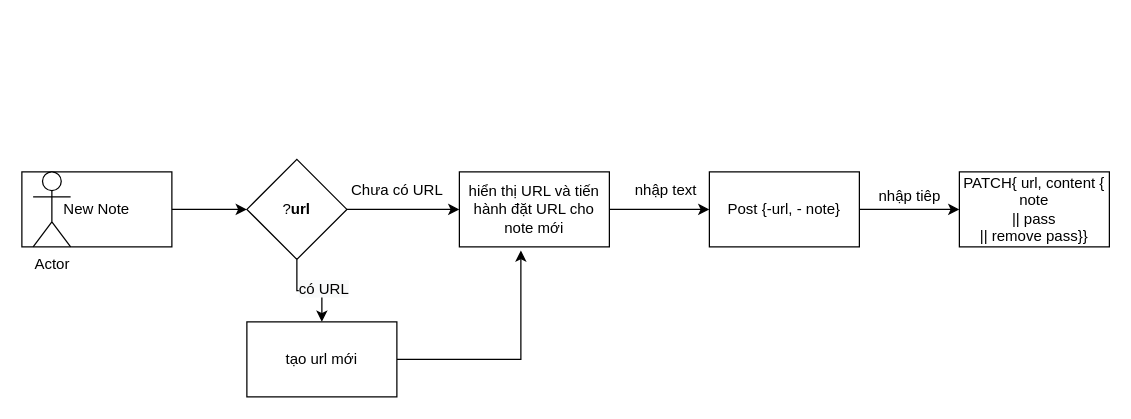
This is diagram.drawio from nstanw/dotnetEF-turial, a draw.io file, before an edit. Source tidied: cells renumbered, new cells numbered last; positions are measured from the earlier drawing's top-left corner, leaving out a move shared by most shapes. Both pictures are drawn from the tidied source at 125%, with x=0, y=0 at pixel (21, 159).
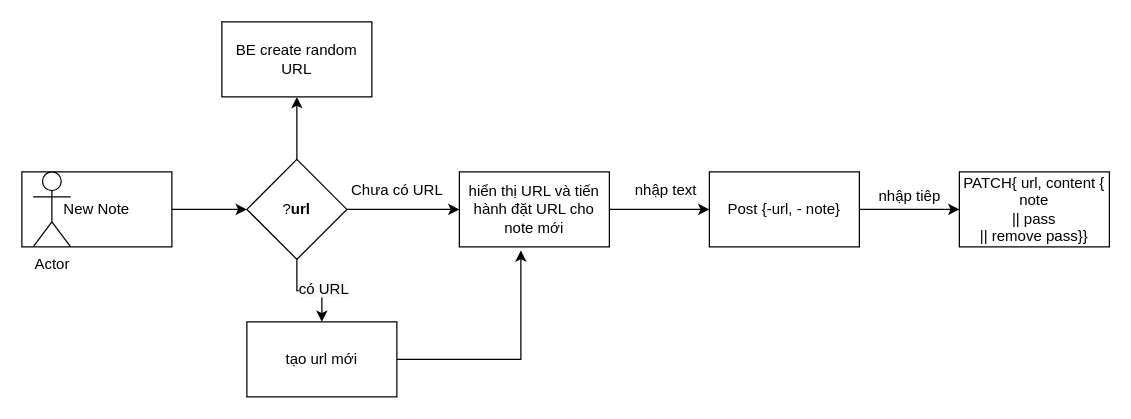
After the change.

Unchanged cells that the change refers to:
```xml
<mxCell id="6" value="?&lt;b&gt;url&lt;/b&gt;" style="rhombus;whiteSpace=wrap;html=1;rounded=0;" parent="1" vertex="1">
  <mxGeometry x="180" width="80" height="80" as="geometry" />
</mxCell>
```

The edit, as a diff of the source:
```diff
@@
+    <mxCell id="19" style="edgeStyle=none;html=1;" parent="1" edge="1" source="6" target="20">
+      <mxGeometry relative="1" as="geometry" />
+    </mxCell>
@@
+    <mxCell id="20" value="BE create random URL" style="whiteSpace=wrap;html=1;rounded=0;" parent="1" vertex="1">
+      <mxGeometry x="160" y="-110" width="120" height="60" as="geometry" />
+    </mxCell>
```
